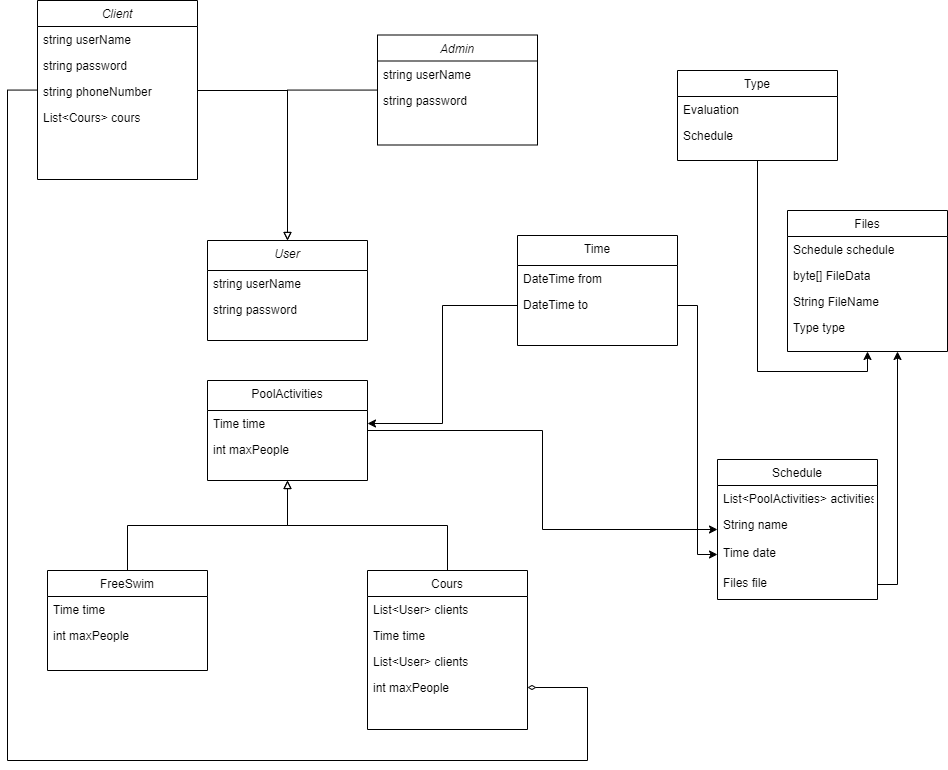
Before: UML.drawio.png, a diagram exported from draw.io (CaptainMehdi/ProjetFinal). Source tidied: cells renumbered, new cells last; positions are measured from the earlier drawing's top-left corner, leaving out a move shared by most shapes.
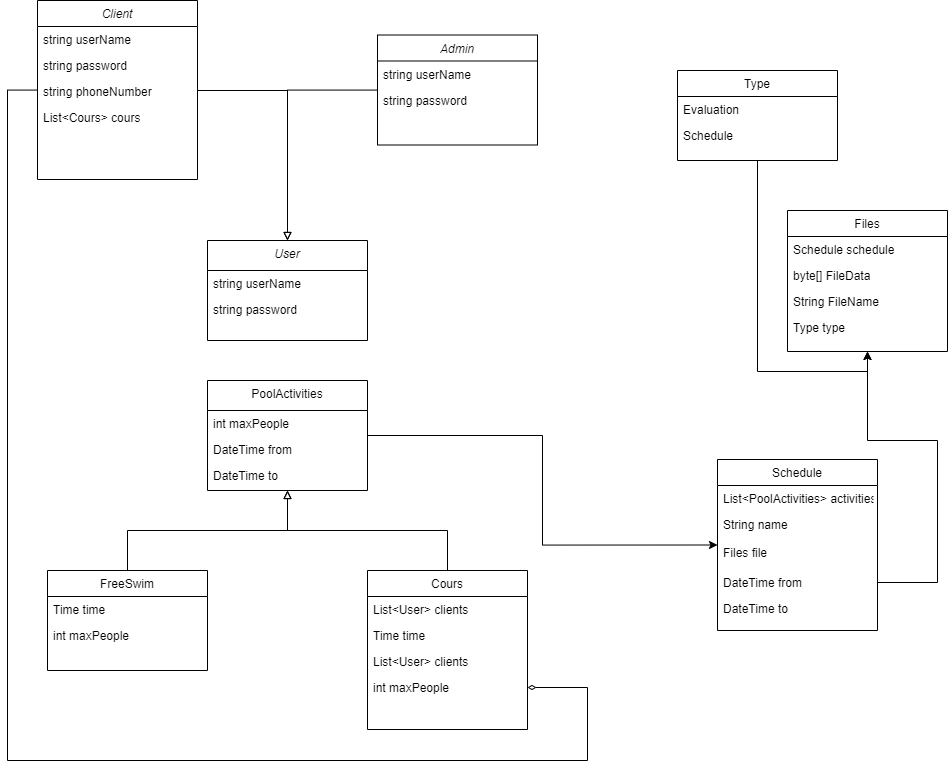
The same file after the commit.

Commit message:
Mettre à jour UML.drawio.png

The edit, as a diff of the source:
```diff
@@ -45,16 +45,19 @@
       <mxGeometry relative="1" as="geometry" />
     </mxCell>
     <mxCell id="16" value="PoolActivities" style="swimlane;fontStyle=0;align=center;verticalAlign=top;horizontal=1;startSize=30;rounded=0;shadow=0;strokeWidth=1;" parent="1" vertex="1">
-      <mxGeometry x="200" y="380" width="160" height="100" as="geometry" />
+      <mxGeometry x="200" y="380" width="160" height="110" as="geometry" />
     </mxCell>
-    <mxCell id="17" value="Time time" style="text;align=left;verticalAlign=top;spacingLeft=4;spacingRight=4;overflow=hidden;points=[[0,0.5],[1,0.5]];portConstraint=eastwest;rounded=0;shadow=0;html=0;" parent="16" vertex="1">
-      <mxGeometry y="30" width="160" height="26" as="geometry" />
-    </mxCell>
     <mxCell id="18" value="int maxPeople" style="text;align=left;verticalAlign=top;spacingLeft=4;spacingRight=4;overflow=hidden;rounded=0;shadow=0;html=0;" parent="16" vertex="1">
-      <mxGeometry y="56" width="160" height="26" as="geometry" />
+      <mxGeometry y="30" width="160" height="26" as="geometry" />
     </mxCell>
+    <mxCell id="40" value="DateTime from" style="text;align=left;verticalAlign=top;spacingLeft=4;spacingRight=4;overflow=hidden;rounded=0;shadow=0;html=0;" parent="16" vertex="1">
+      <mxGeometry y="56" width="160" height="26" as="geometry" />
+    </mxCell>
+    <mxCell id="50" value="DateTime to" style="text;align=left;verticalAlign=top;spacingLeft=4;spacingRight=4;overflow=hidden;rounded=0;shadow=0;html=0;" parent="16" vertex="1">
+      <mxGeometry y="82" width="160" height="28" as="geometry" />
+    </mxCell>
     <mxCell id="19" value="Schedule" style="swimlane;fontStyle=0;align=center;verticalAlign=top;horizontal=1;startSize=26;rounded=0;shadow=0;strokeWidth=1;" parent="1" vertex="1">
-      <mxGeometry x="710" y="459" width="160" height="140" as="geometry" />
+      <mxGeometry x="710" y="459" width="160" height="171" as="geometry" />
     </mxCell>
     <mxCell id="20" value="List&lt;PoolActivities&gt; activities" style="text;align=left;verticalAlign=top;spacingLeft=4;spacingRight=4;overflow=hidden;rounded=0;shadow=0;html=0;" parent="19" vertex="1">
       <mxGeometry y="26" width="160" height="26" as="geometry" />
@@ -62,12 +65,15 @@
     <mxCell id="21" value="String name" style="text;align=left;verticalAlign=top;spacingLeft=4;spacingRight=4;overflow=hidden;rounded=0;shadow=0;html=0;" parent="19" vertex="1">
       <mxGeometry y="52" width="160" height="28" as="geometry" />
     </mxCell>
-    <mxCell id="22" value="Time date" style="text;align=left;verticalAlign=top;spacingLeft=4;spacingRight=4;overflow=hidden;points=[[0,0.5],[1,0.5]];portConstraint=eastwest;rounded=0;shadow=0;html=0;" parent="19" vertex="1">
-      <mxGeometry y="80" width="160" height="30" as="geometry" />
-    </mxCell>
     <mxCell id="23" value="Files file" style="text;align=left;verticalAlign=top;spacingLeft=4;spacingRight=4;overflow=hidden;points=[[0,0.5],[1,0.5]];portConstraint=eastwest;rounded=0;shadow=0;html=0;" parent="19" vertex="1">
-      <mxGeometry y="110" width="160" height="30" as="geometry" />
+      <mxGeometry y="80" width="160" height="30" as="geometry" />
     </mxCell>
+    <mxCell id="51" value="DateTime from" style="text;align=left;verticalAlign=top;spacingLeft=4;spacingRight=4;overflow=hidden;points=[[0,0.5],[1,0.5]];portConstraint=eastwest;rounded=0;shadow=0;html=0;" parent="19" vertex="1">
+      <mxGeometry y="110" width="160" height="26" as="geometry" />
+    </mxCell>
+    <mxCell id="52" value="DateTime to" style="text;align=left;verticalAlign=top;spacingLeft=4;spacingRight=4;overflow=hidden;rounded=0;shadow=0;html=0;" parent="19" vertex="1">
+      <mxGeometry y="136" width="160" height="28" as="geometry" />
+    </mxCell>
     <mxCell id="24" style="edgeStyle=orthogonalEdgeStyle;rounded=0;jettySize=auto;html=1;entryX=1;entryY=0.5;entryDx=0;entryDy=0;endArrow=diamondThin;endFill=0;" parent="1" edge="1" source="25" target="10">
       <mxGeometry relative="1" as="geometry">
         <Array as="points">
@@ -120,22 +126,12 @@
     <mxCell id="38" value="Type type" style="text;align=left;verticalAlign=top;spacingLeft=4;spacingRight=4;overflow=hidden;rounded=0;shadow=0;html=0;" parent="34" vertex="1">
       <mxGeometry y="104" width="160" height="26" as="geometry" />
     </mxCell>
-    <mxCell id="39" value="Time" style="swimlane;fontStyle=0;align=center;verticalAlign=top;horizontal=1;startSize=30;rounded=0;shadow=0;strokeWidth=1;" parent="1" vertex="1">
-      <mxGeometry x="510" y="235" width="160" height="110" as="geometry" />
-    </mxCell>
-    <mxCell id="40" value="DateTime from" style="text;align=left;verticalAlign=top;spacingLeft=4;spacingRight=4;overflow=hidden;rounded=0;shadow=0;html=0;" parent="39" vertex="1">
-      <mxGeometry y="30" width="160" height="26" as="geometry" />
-    </mxCell>
-    <mxCell id="41" value="DateTime to" style="text;align=left;verticalAlign=top;spacingLeft=4;spacingRight=4;overflow=hidden;points=[[0,0.5],[1,0.5]];portConstraint=eastwest;rounded=0;shadow=0;html=0;" parent="39" vertex="1">
-      <mxGeometry y="56" width="160" height="28" as="geometry" />
-    </mxCell>
-    <mxCell id="42" style="edgeStyle=orthogonalEdgeStyle;rounded=0;jettySize=auto;html=1;" parent="1" edge="1" source="41" target="22">
-      <mxGeometry relative="1" as="geometry" />
-    </mxCell>
-    <mxCell id="43" style="edgeStyle=orthogonalEdgeStyle;rounded=0;jettySize=auto;html=1;" parent="1" edge="1" source="23" target="34">
+    <mxCell id="43" style="edgeStyle=orthogonalEdgeStyle;rounded=0;jettySize=auto;html=1;" parent="1" edge="1" source="51" target="34">
       <mxGeometry relative="1" as="geometry">
         <Array as="points">
-          <mxPoint x="890" y="584" />
+          <mxPoint x="930" y="582" />
+          <mxPoint x="930" y="440" />
+          <mxPoint x="860" y="440" />
         </Array>
       </mxGeometry>
     </mxCell>
@@ -158,8 +154,5 @@
         </Array>
       </mxGeometry>
     </mxCell>
-    <mxCell id="49" style="edgeStyle=orthogonalEdgeStyle;rounded=0;jettySize=auto;html=1;" parent="1" edge="1" source="41" target="17">
-      <mxGeometry relative="1" as="geometry" />
-    </mxCell>
   </root>
 </mxGraphModel>
```
